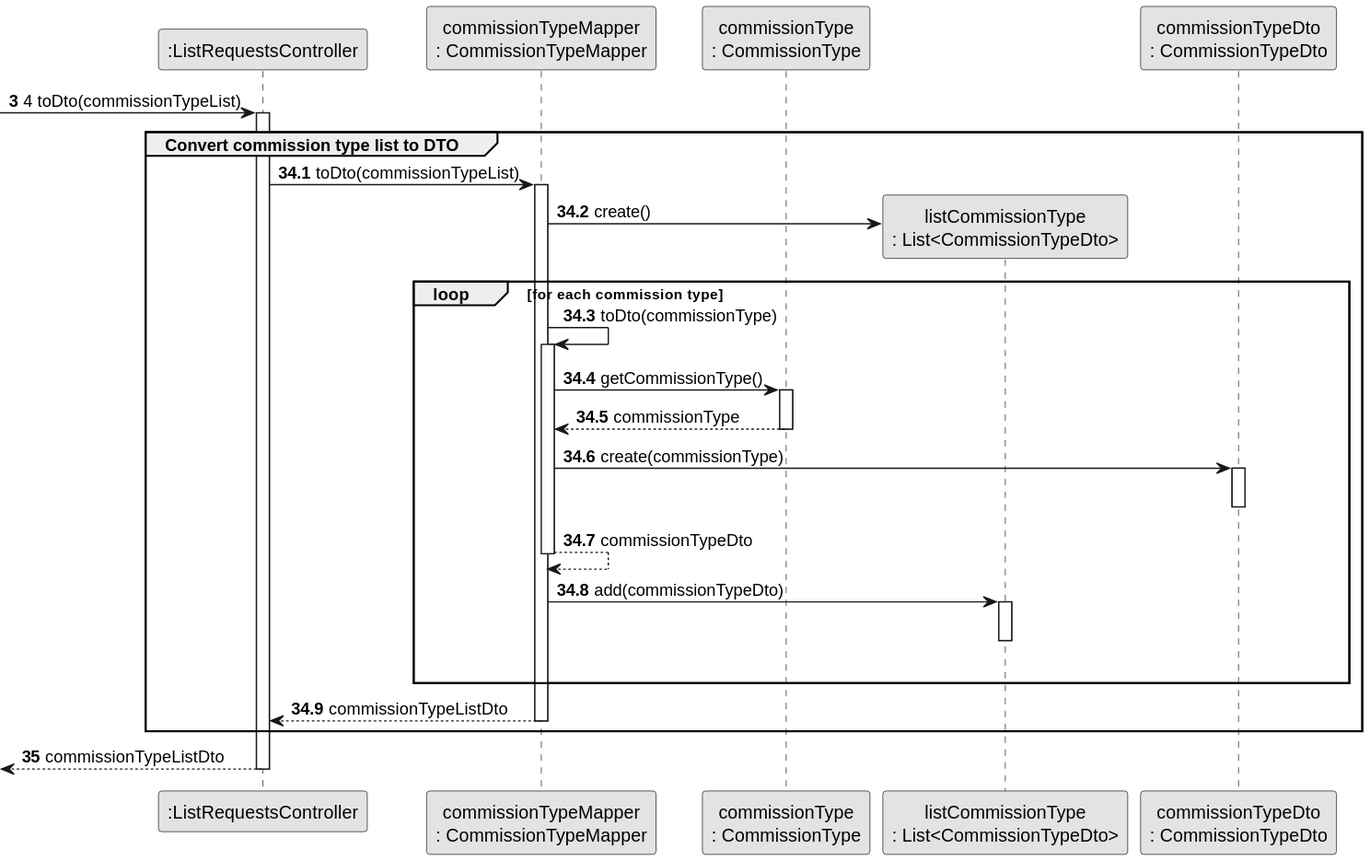
Before: docs/sprintD/us008/03.design/svg/us008-sequence-diagram-partial-convert-commission-type-list-to-DTO.svg, a diagram exported from PlantUML (rita-barbosa/LAPR2-2223).
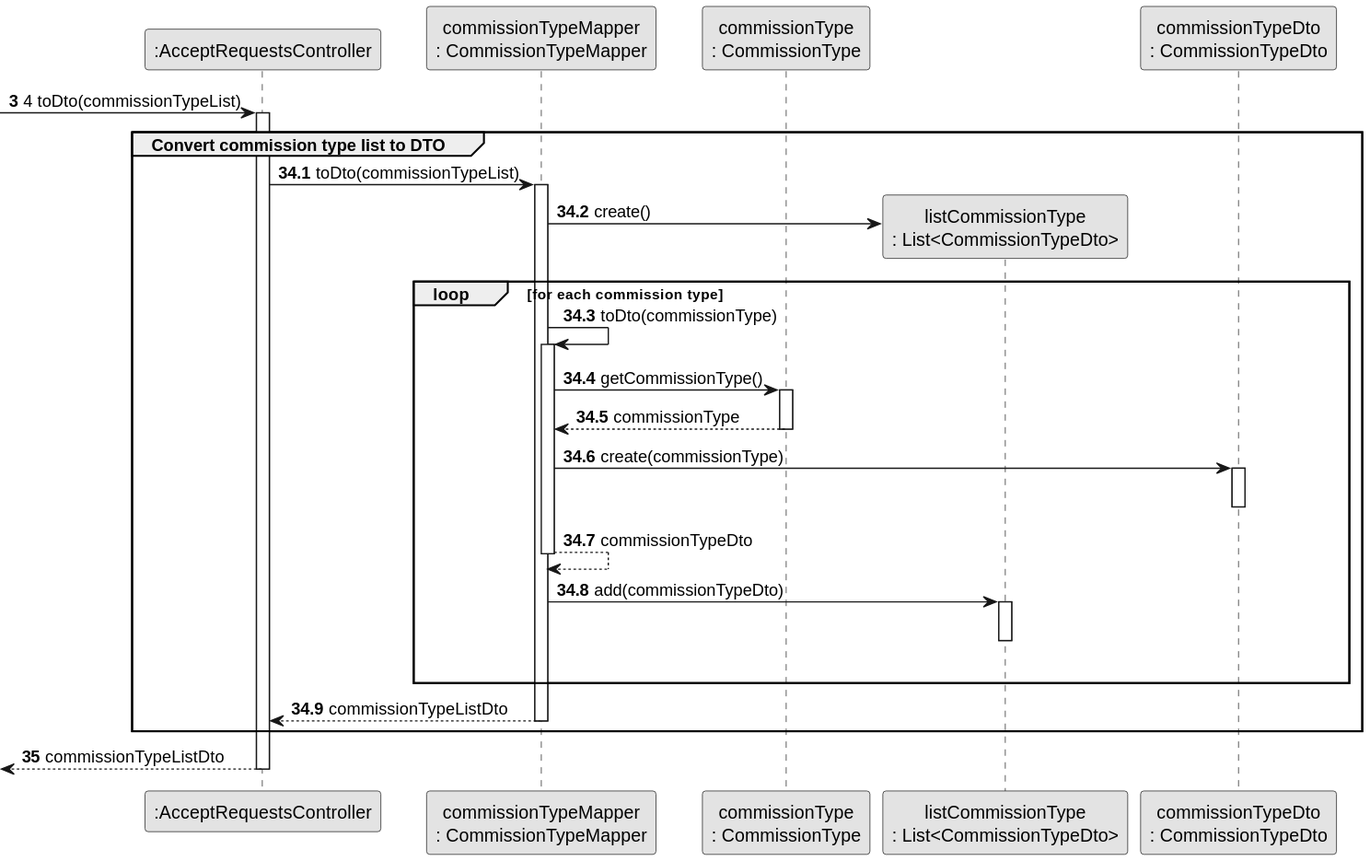
The same diagram one commit later.

What changed in the source:
```diff
@@ -4,7 +4,7 @@
 skinparam shadowing false
 
 
-participant ":ListRequestsController" as CTRL
+participant ":AcceptRequestsController" as CTRL
 participant "commissionTypeMapper\n: CommissionTypeMapper" as ComTypeMapper
 participant "commissionType\n: CommissionType" as ComType
 participant "listCommissionType\n: List<CommissionTypeDto>" as ComTypeList
```
